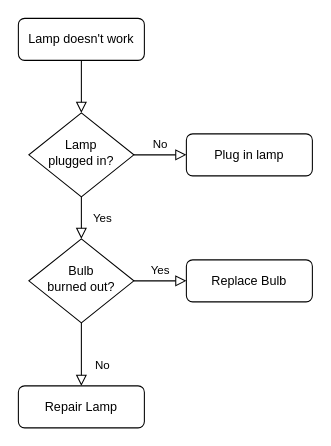
Above: 未命名绘图.drawio in THRILLERLEMON/Draw.IO (draw.io), before the change. Source tidied: cells renumbered, new cells numbered last; positions are measured from the earlier drawing's top-left corner, leaving out a move shared by most shapes. Both pictures are drawn from the tidied source at 105%, with x=0, y=0 at pixel (18, 18).
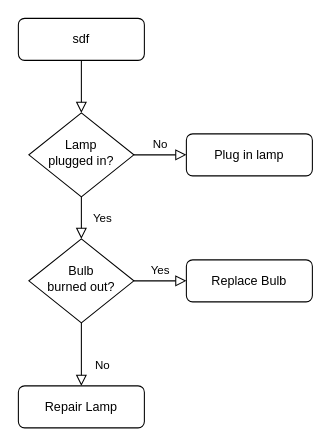
Above is the later version.

Commit message:
更新未命名绘图.drawio

What changed in the source:
```diff
@@
 <mxGraphModel>
   <root>
     <mxCell id="0" />
     <mxCell id="1" parent="0" />
     <mxCell id="2" style="rounded=0;html=1;jettySize=auto;fontSize=11;endArrow=block;endFill=0;endSize=8;strokeWidth=1;shadow=0;labelBackgroundColor=none;edgeStyle=orthogonalEdgeStyle;" parent="1" edge="1" source="3" target="6">
       <mxGeometry relative="1" as="geometry" />
     </mxCell>
-    <mxCell id="3" value="Lamp doesn't work" style="rounded=1;whiteSpace=wrap;html=1;fontSize=12;glass=0;strokeWidth=1;shadow=0;" parent="1" vertex="1">
+    <mxCell id="3" value="sdf" style="rounded=1;whiteSpace=wrap;html=1;fontSize=12;glass=0;strokeWidth=1;shadow=0;" parent="1" vertex="1">
       <mxGeometry width="120" height="40" as="geometry" />
     </mxCell>
     <mxCell id="4" value="Yes" style="rounded=0;html=1;jettySize=auto;fontSize=11;endArrow=block;endFill=0;endSize=8;strokeWidth=1;shadow=0;labelBackgroundColor=none;edgeStyle=orthogonalEdgeStyle;" parent="1" edge="1" source="6" target="10">
       <mxGeometry y="20" relative="1" as="geometry" />
     </mxCell>
     <mxCell id="5" value="No" style="edgeStyle=orthogonalEdgeStyle;rounded=0;html=1;jettySize=auto;fontSize=11;endArrow=block;endFill=0;endSize=8;strokeWidth=1;shadow=0;labelBackgroundColor=none;" parent="1" edge="1" source="6" target="7">
       <mxGeometry y="10" relative="1" as="geometry" />
     </mxCell>
     <mxCell id="6" value="Lamp&lt;br&gt;plugged in?" style="rhombus;whiteSpace=wrap;html=1;shadow=0;fontFamily=Helvetica;fontSize=12;align=center;strokeWidth=1;spacing=6;spacingTop=-4;" parent="1" vertex="1">
       <mxGeometry x="10" y="90" width="100" height="80" as="geometry" />
     </mxCell>
     <mxCell id="7" value="Plug in lamp" style="rounded=1;whiteSpace=wrap;html=1;fontSize=12;glass=0;strokeWidth=1;shadow=0;" parent="1" vertex="1">
       <mxGeometry x="160" y="110" width="120" height="40" as="geometry" />
     </mxCell>
     <mxCell id="8" value="No" style="rounded=0;html=1;jettySize=auto;fontSize=11;endArrow=block;endFill=0;endSize=8;strokeWidth=1;shadow=0;labelBackgroundColor=none;edgeStyle=orthogonalEdgeStyle;" parent="1" edge="1" source="10" target="11">
       <mxGeometry x="0.33" y="20" relative="1" as="geometry" />
     </mxCell>
     <mxCell id="9" value="Yes" style="edgeStyle=orthogonalEdgeStyle;rounded=0;html=1;jettySize=auto;fontSize=11;endArrow=block;endFill=0;endSize=8;strokeWidth=1;shadow=0;labelBackgroundColor=none;" parent="1" edge="1" source="10" target="12">
       <mxGeometry y="10" relative="1" as="geometry" />
     </mxCell>
     <mxCell id="10" value="Bulb&lt;br&gt;burned out?" style="rhombus;whiteSpace=wrap;html=1;shadow=0;fontFamily=Helvetica;fontSize=12;align=center;strokeWidth=1;spacing=6;spacingTop=-4;" parent="1" vertex="1">
       <mxGeometry x="10" y="210" width="100" height="80" as="geometry" />
     </mxCell>
     <mxCell id="11" value="Repair Lamp" style="rounded=1;whiteSpace=wrap;html=1;fontSize=12;glass=0;strokeWidth=1;shadow=0;" parent="1" vertex="1">
       <mxGeometry y="350" width="120" height="40" as="geometry" />
     </mxCell>
     <mxCell id="12" value="Replace Bulb" style="rounded=1;whiteSpace=wrap;html=1;fontSize=12;glass=0;strokeWidth=1;shadow=0;" parent="1" vertex="1">
       <mxGeometry x="160" y="230" width="120" height="40" as="geometry" />
     </mxCell>
   </root>
 </mxGraphModel>
```
